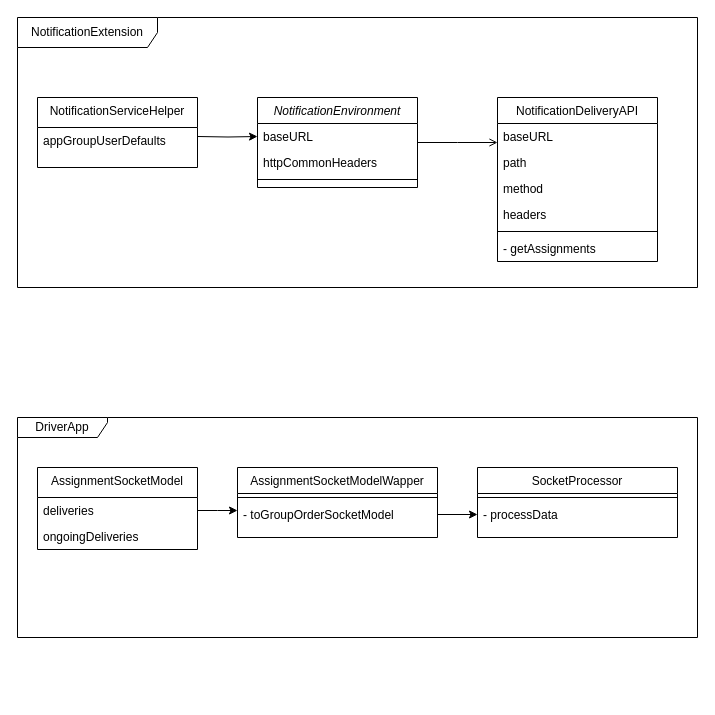
KyriosArk/KYHooker keeps this draw.io diagram as Untitled Diagram.drawio. Above is the earlier version. Source tidied: cells renumbered, new cells numbered last; positions are measured from the earlier drawing's top-left corner, leaving out a move shared by most shapes. Both pictures are drawn from the tidied source at 100%, with x=0, y=0 at pixel (17, 17).
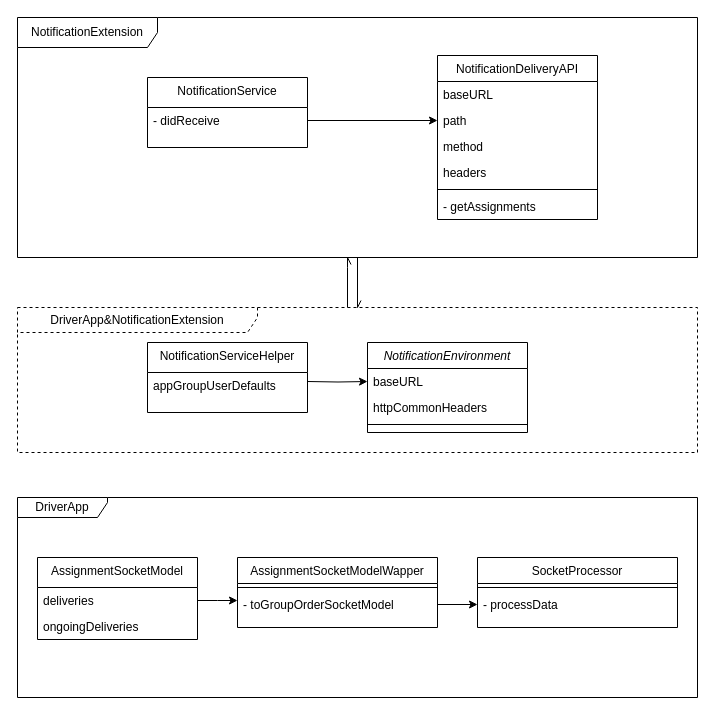
After the change.

Unchanged cells that the change refers to:
```xml
<mxCell id="5" value="baseURL" style="text;align=left;verticalAlign=top;spacingLeft=4;spacingRight=4;overflow=hidden;points=[[0,0.5],[1,0.5]];portConstraint=eastwest;" parent="4" vertex="1">
  <mxGeometry y="26" width="160" height="26" as="geometry" />
</mxCell>
<mxCell id="9" value="deliveries" style="text;align=left;verticalAlign=top;spacingLeft=4;spacingRight=4;overflow=hidden;points=[[0,0.5],[1,0.5]];portConstraint=eastwest;rounded=0;shadow=0;html=0;" parent="8" vertex="1">
  <mxGeometry y="30" width="160" height="26" as="geometry" />
</mxCell>
<mxCell id="16" value="path" style="text;align=left;verticalAlign=top;spacingLeft=4;spacingRight=4;overflow=hidden;points=[[0,0.5],[1,0.5]];portConstraint=eastwest;rounded=0;shadow=0;html=0;" parent="14" vertex="1">
  <mxGeometry y="52" width="160" height="26" as="geometry" />
</mxCell>
```

The edit, as a diff of the source:
```diff
@@
     <mxCell id="2" value="DriverApp" style="shape=umlFrame;whiteSpace=wrap;html=1;width=90;height=20;" parent="1" vertex="1">
-      <mxGeometry y="400" width="680" height="220" as="geometry" />
+      <mxGeometry y="480" width="680" height="200" as="geometry" />
     </mxCell>
+    <mxCell id="30" style="edgeStyle=orthogonalEdgeStyle;rounded=0;jettySize=auto;html=1;endArrow=openAsync;endFill=0;" parent="1" edge="1" source="3" target="33">
+      <mxGeometry relative="1" as="geometry" />
+    </mxCell>
     <mxCell id="3" value="NotificationExtension" style="shape=umlFrame;whiteSpace=wrap;html=1;width=140;height=30;" parent="1" vertex="1">
-      <mxGeometry width="680" height="270" as="geometry" />
+      <mxGeometry width="680" height="240" as="geometry" />
     </mxCell>
     <mxCell id="4" value="NotificationEnvironment" style="swimlane;fontStyle=2;align=center;verticalAlign=top;horizontal=1;startSize=26;rounded=0;shadow=0;strokeWidth=1;" parent="1" vertex="1">
-      <mxGeometry x="240" y="80" width="160" height="90" as="geometry" />
+      <mxGeometry x="350" y="325" width="160" height="90" as="geometry" />
     </mxCell>
@@
     <mxCell id="8" value="AssignmentSocketModel" style="swimlane;fontStyle=0;align=center;verticalAlign=top;horizontal=1;startSize=30;rounded=0;shadow=0;strokeWidth=1;" parent="1" vertex="1">
-      <mxGeometry x="20" y="450" width="160" height="82" as="geometry" />
+      <mxGeometry x="20" y="540" width="160" height="82" as="geometry" />
     </mxCell>
@@
     <mxCell id="11" value="AssignmentSocketModelWapper" style="swimlane;fontStyle=0;align=center;verticalAlign=top;horizontal=1;startSize=26;rounded=0;shadow=0;strokeWidth=1;" parent="1" vertex="1">
-      <mxGeometry x="220" y="450" width="200" height="70" as="geometry" />
+      <mxGeometry x="220" y="540" width="200" height="70" as="geometry" />
     </mxCell>
@@
     <mxCell id="14" value="NotificationDeliveryAPI" style="swimlane;fontStyle=0;align=center;verticalAlign=top;horizontal=1;startSize=26;rounded=0;shadow=0;strokeWidth=1;" parent="1" vertex="1">
-      <mxGeometry x="480" y="80" width="160" height="164" as="geometry" />
+      <mxGeometry x="420" y="38" width="160" height="164" as="geometry" />
     </mxCell>
@@
-    <mxCell id="21" style="endArrow=open;shadow=0;strokeWidth=1;rounded=0;endFill=1;edgeStyle=elbowEdgeStyle;elbow=vertical;" parent="1" edge="1" source="4" target="14">
-      <mxGeometry x="0.5" y="41" relative="1" as="geometry">
-        <mxPoint x="-40" y="32" as="offset" />
-      </mxGeometry>
-    </mxCell>
     <mxCell id="22" value="NotificationServiceHelper" style="swimlane;fontStyle=0;align=center;verticalAlign=top;horizontal=1;startSize=30;rounded=0;shadow=0;strokeWidth=1;" parent="1" vertex="1">
-      <mxGeometry x="20" y="80" width="160" height="70" as="geometry" />
+      <mxGeometry x="130" y="325" width="160" height="70" as="geometry" />
     </mxCell>
@@
     <mxCell id="24" style="edgeStyle=orthogonalEdgeStyle;rounded=0;jettySize=auto;html=1;entryX=0;entryY=0.5;entryDx=0;entryDy=0;" parent="1" edge="1" target="5">
       <mxGeometry relative="1" as="geometry">
-        <mxPoint x="180" y="119" as="sourcePoint" />
+        <mxPoint x="290" y="364" as="sourcePoint" />
       </mxGeometry>
     </mxCell>
     <mxCell id="25" value="SocketProcessor" style="swimlane;fontStyle=0;align=center;verticalAlign=top;horizontal=1;startSize=26;rounded=0;shadow=0;strokeWidth=1;" parent="1" vertex="1">
-      <mxGeometry x="460" y="450" width="200" height="70" as="geometry" />
+      <mxGeometry x="460" y="540" width="200" height="70" as="geometry" />
     </mxCell>
@@
     <mxCell id="28" style="edgeStyle=orthogonalEdgeStyle;rounded=0;jettySize=auto;html=1;exitX=1;exitY=0.5;exitDx=0;exitDy=0;" parent="1" edge="1" source="9">
       <mxGeometry relative="1" as="geometry">
-        <mxPoint x="220" y="493" as="targetPoint" />
+        <mxPoint x="220" y="583" as="targetPoint" />
       </mxGeometry>
     </mxCell>
@@
+    <mxCell id="31" value="NotificationService" style="swimlane;fontStyle=0;align=center;verticalAlign=top;horizontal=1;startSize=30;rounded=0;shadow=0;strokeWidth=1;" parent="1" vertex="1">
+      <mxGeometry x="130" y="60" width="160" height="70" as="geometry" />
+    </mxCell>
+    <mxCell id="32" value="- didReceive" style="text;align=left;verticalAlign=top;spacingLeft=4;spacingRight=4;overflow=hidden;points=[[0,0.5],[1,0.5]];portConstraint=eastwest;" parent="31" vertex="1">
+      <mxGeometry y="30" width="160" height="26" as="geometry" />
+    </mxCell>
+    <mxCell id="33" value="DriverApp&amp;amp;NotificationExtension" style="shape=umlFrame;whiteSpace=wrap;html=1;dashed=1;width=240;height=25;" parent="1" vertex="1">
+      <mxGeometry y="290" width="680" height="145" as="geometry" />
+    </mxCell>
+    <mxCell id="34" style="edgeStyle=orthogonalEdgeStyle;rounded=0;jettySize=auto;html=1;exitX=1;exitY=0.5;exitDx=0;exitDy=0;entryX=0;entryY=0.5;entryDx=0;entryDy=0;" parent="1" edge="1" source="32" target="16">
+      <mxGeometry relative="1" as="geometry" />
+    </mxCell>
+    <mxCell id="35" style="edgeStyle=orthogonalEdgeStyle;rounded=0;orthogonalLoop=1;jettySize=auto;html=1;endArrow=none;endFill=0;jumpStyle=none;startArrow=openAsync;startFill=0;" parent="1" edge="1">
+      <mxGeometry relative="1" as="geometry">
+        <mxPoint x="330" y="240" as="sourcePoint" />
+        <mxPoint x="330" y="290" as="targetPoint" />
+        <Array as="points">
+          <mxPoint x="330" y="250" />
+          <mxPoint x="330" y="250" />
+        </Array>
+      </mxGeometry>
+    </mxCell>
```
